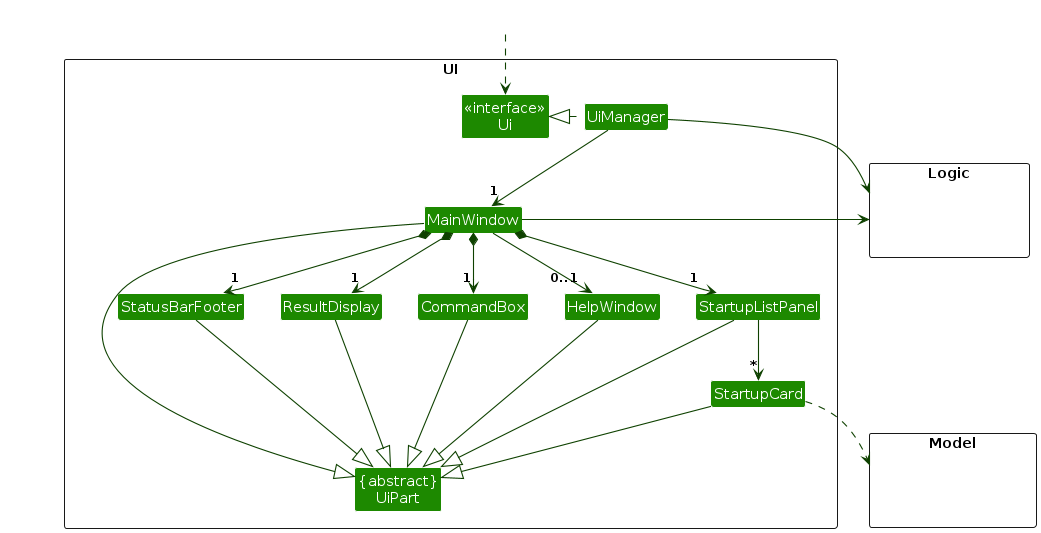
This is diagrams/UiClassDiagram.png from yespiggy/tp, a PlantUML export, as it was before one commit. Its source is kept beside it as diagrams/UiClassDiagram.puml.
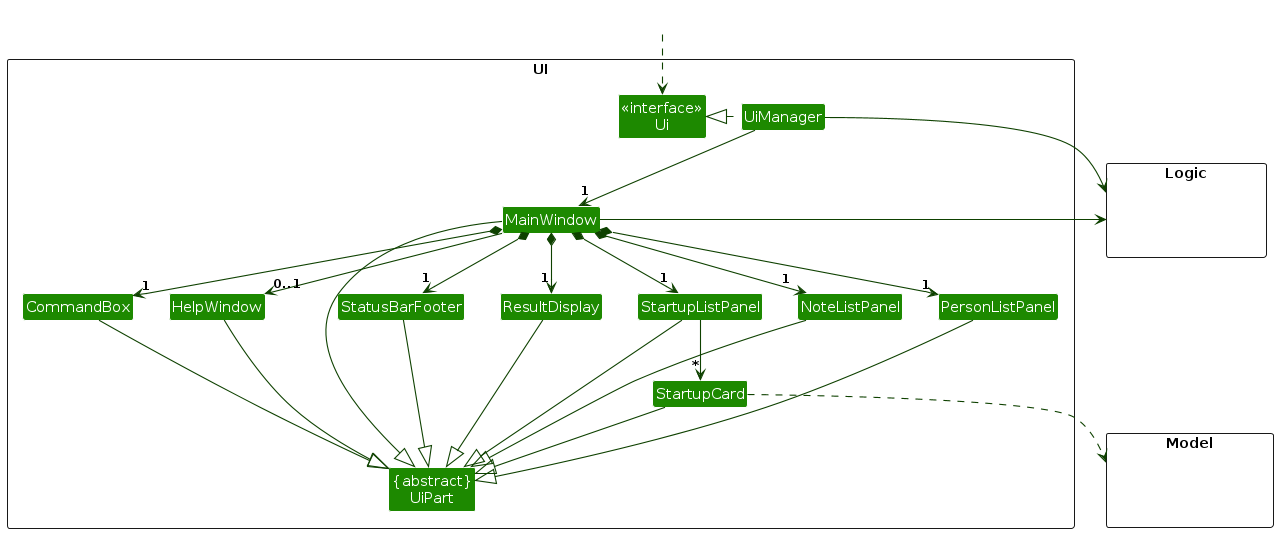
After the commit.

What changed in the source:
```diff
@@ -13,6 +13,8 @@
 Class ResultDisplay
 Class StartupListPanel
 Class StartupCard
+Class PersonListPanel
+Class NoteListPanel
 Class StatusBarFooter
 Class CommandBox
 }
@@ -33,6 +35,8 @@
 MainWindow *-down->  "1" CommandBox
 MainWindow *-down-> "1" ResultDisplay
 MainWindow *-down-> "1" StartupListPanel
+MainWindow *-down-> "1" PersonListPanel
+MainWindow *-down-> "1" NoteListPanel
 MainWindow *-down-> "1" StatusBarFooter
 MainWindow --> "0..1" HelpWindow
 
@@ -44,6 +48,8 @@
 CommandBox --|> UiPart
 StartupListPanel --|> UiPart
 StartupCard --|> UiPart
+PersonListPanel --|> UiPart
+NoteListPanel --|> UiPart
 StatusBarFooter --|> UiPart
 HelpWindow --|> UiPart
 
@@ -51,6 +57,8 @@
 UiManager -right-> Logic
 MainWindow -left-> Logic
 
+PersonListPanel -[hidden]left- NoteListPanel
+NoteListPanel -[hidden]left- StartupListPanel
 StartupListPanel -[hidden]left- HelpWindow
 HelpWindow -[hidden]left- CommandBox
 CommandBox -[hidden]left- ResultDisplay
```
